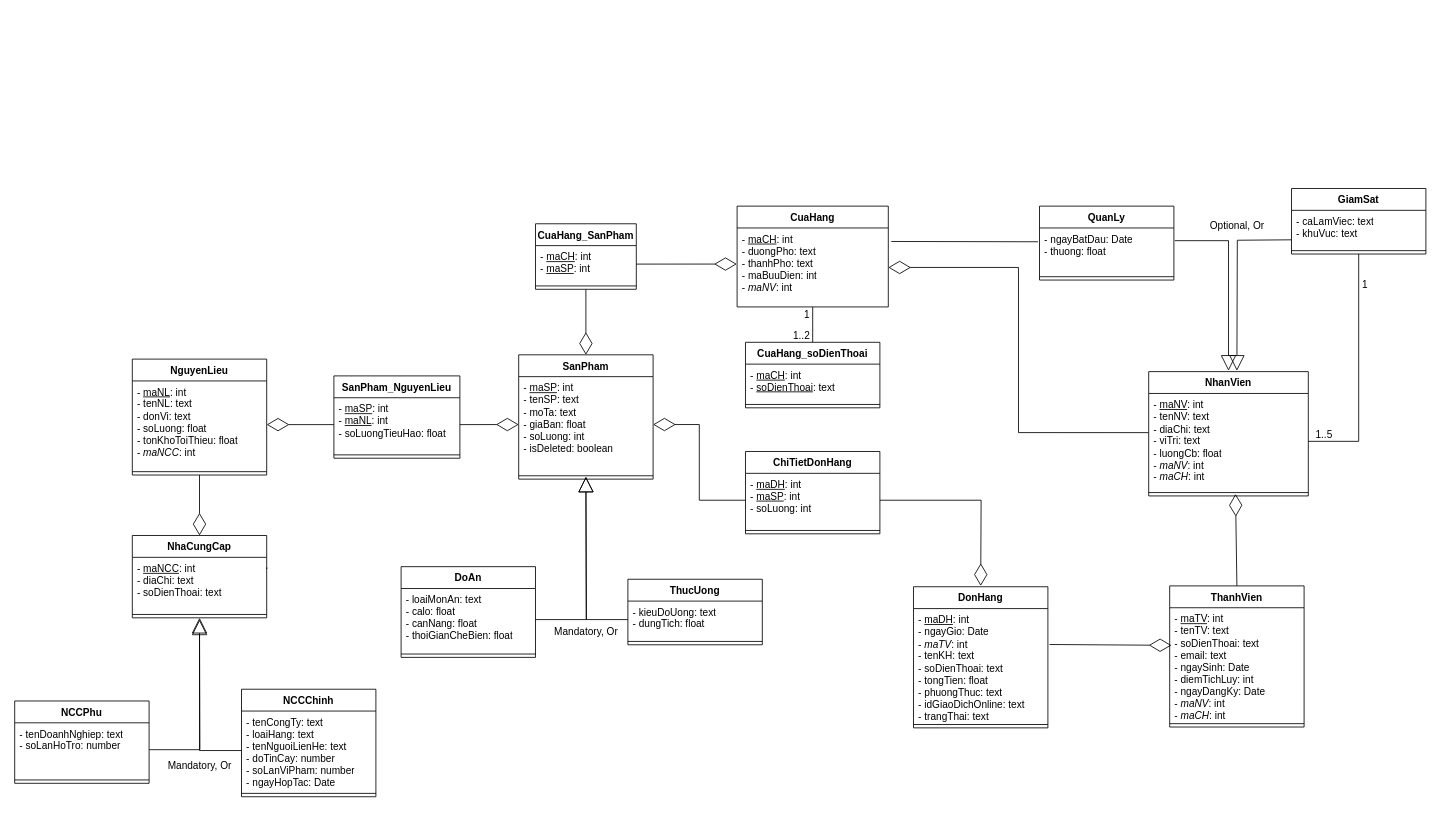
Above: coffeeShop.drawio in holedev/ths-csdl (draw.io), before the change. Source tidied: cells renumbered, new cells numbered last; positions are measured from the earlier drawing's top-left corner, leaving out a move shared by most shapes. Both pictures are drawn from the tidied source at 84%, with x=0, y=0 at pixel (14, 188).
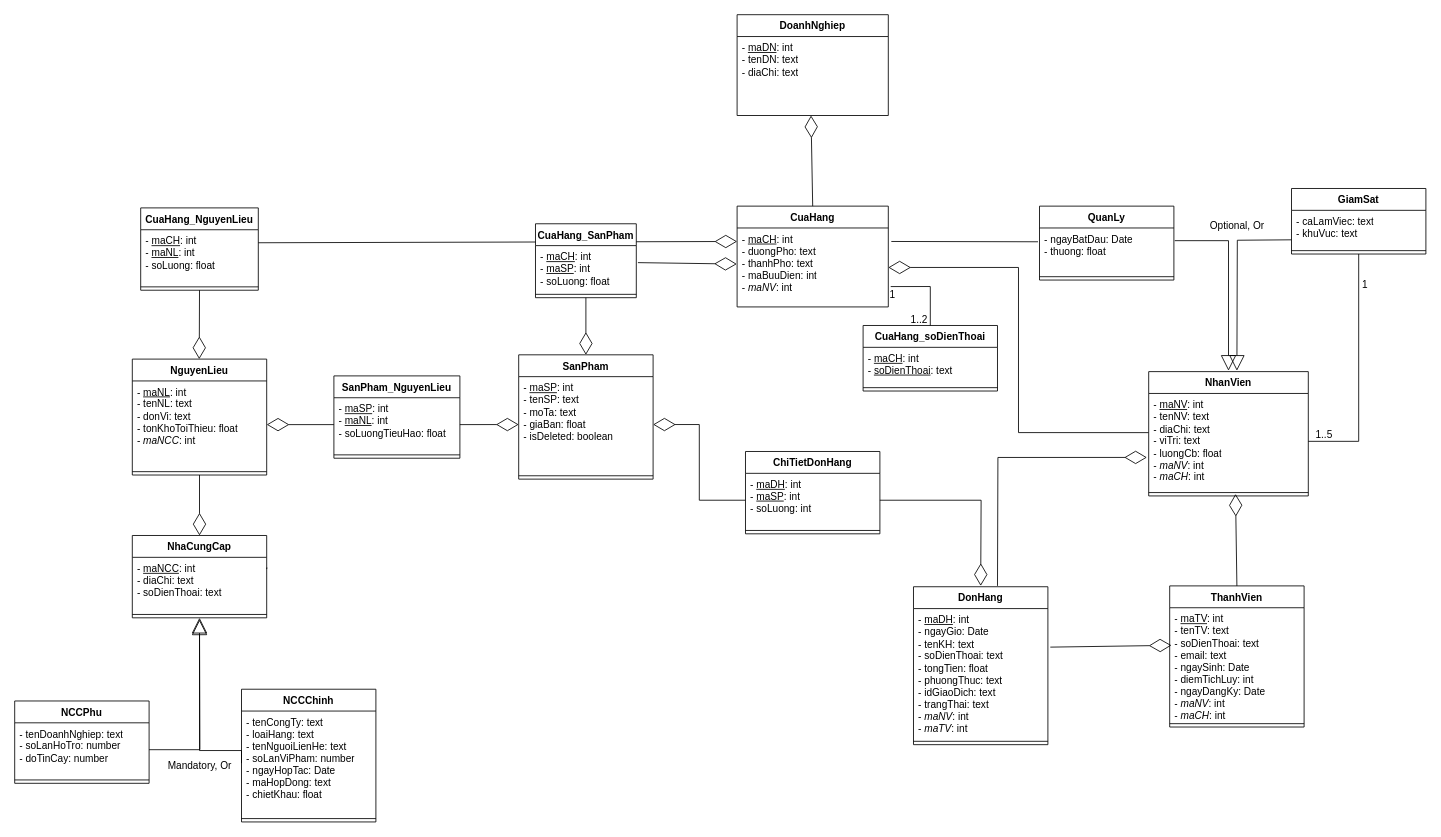
Above is the later version.

Unchanged cells that the change refers to:
```xml
<mxCell id="2" value="CuaHang" style="swimlane;fontStyle=1;align=center;verticalAlign=top;horizontal=1;startSize=26;whiteSpace=wrap;html=1;" parent="1" vertex="1">
  <mxGeometry x="860" y="20.9" width="180" height="120" as="geometry" />
</mxCell>
<mxCell id="3" value="- &lt;u&gt;maCH&lt;/u&gt;: int&amp;nbsp;&lt;div&gt;- duongPho: text&lt;/div&gt;&lt;div&gt;- thanhPho: text&lt;/div&gt;&lt;div&gt;- maBuuDien: int&lt;/div&gt;&lt;div&gt;- &lt;i&gt;maNV&lt;/i&gt;: int&lt;/div&gt;" style="text;strokeColor=none;fillColor=none;align=left;verticalAlign=top;spacingLeft=4;spacingRight=4;overflow=hidden;points=[[0,0.5],[1,0.5]];portConstraint=eastwest;whiteSpace=wrap;html=1;" parent="2" vertex="1">
  <mxGeometry y="26" width="180" height="94" as="geometry" />
</mxCell>
<mxCell id="5" value="- &lt;u&gt;maNV&lt;/u&gt;: int&lt;div&gt;- tenNV: text&lt;/div&gt;&lt;div&gt;- diaChi: text&lt;/div&gt;&lt;div&gt;- viTri: text&lt;/div&gt;&lt;div&gt;- luongCb: float&lt;/div&gt;&lt;div&gt;- &lt;i&gt;maNV&lt;/i&gt;: int&lt;/div&gt;&lt;div&gt;- &lt;i&gt;maCH&lt;/i&gt;: int&lt;/div&gt;" style="text;strokeColor=none;fillColor=none;align=left;verticalAlign=top;spacingLeft=4;spacingRight=4;overflow=hidden;points=[[0,0.5],[1,0.5]];portConstraint=eastwest;whiteSpace=wrap;html=1;" parent="4" vertex="1">
  <mxGeometry y="26" width="190" height="114" as="geometry" />
</mxCell>
<mxCell id="13" value="NguyenLieu" style="swimlane;fontStyle=1;align=center;verticalAlign=top;horizontal=1;startSize=26;whiteSpace=wrap;html=1;" parent="1" vertex="1">
  <mxGeometry x="140" y="203" width="160" height="138" as="geometry" />
</mxCell>
<mxCell id="16" value="SanPham" style="swimlane;fontStyle=1;align=center;verticalAlign=top;horizontal=1;startSize=26;whiteSpace=wrap;html=1;" parent="1" vertex="1">
  <mxGeometry x="600" y="197.9" width="160" height="148" as="geometry" />
</mxCell>
<mxCell id="25" value="NCCPhu" style="swimlane;fontStyle=1;align=center;verticalAlign=top;horizontal=1;startSize=26;whiteSpace=wrap;html=1;" parent="1" vertex="1">
  <mxGeometry y="610" width="160" height="98" as="geometry" />
</mxCell>
<mxCell id="29" value="- &lt;u&gt;maTV&lt;/u&gt;: int&lt;div&gt;- tenTV: text&lt;/div&gt;&lt;div&gt;- soDienThoai: text&lt;/div&gt;&lt;div&gt;- email: text&lt;/div&gt;&lt;div&gt;- ngaySinh: Date&lt;/div&gt;&lt;div&gt;- diemTichLuy: int&lt;/div&gt;&lt;div&gt;- ngayDangKy: Date&lt;/div&gt;&lt;div&gt;- &lt;i&gt;maNV&lt;/i&gt;: int&lt;/div&gt;&lt;div&gt;- &lt;i&gt;maCH&lt;/i&gt;: int&lt;/div&gt;" style="text;strokeColor=none;fillColor=none;align=left;verticalAlign=top;spacingLeft=4;spacingRight=4;overflow=hidden;points=[[0,0.5],[1,0.5]];portConstraint=eastwest;whiteSpace=wrap;html=1;" parent="28" vertex="1">
  <mxGeometry y="26" width="160" height="134" as="geometry" />
</mxCell>
```

Diff of the diagram source:
```diff
@@
-    <mxCell id="14" value="- &lt;u&gt;maNL&lt;/u&gt;: int&lt;div&gt;- tenNL: text&lt;/div&gt;&lt;div&gt;- donVi: text&lt;/div&gt;&lt;div&gt;- soLuong: float&lt;/div&gt;&lt;div&gt;- tonKhoToiThieu: float&lt;/div&gt;&lt;div&gt;- &lt;i&gt;maNCC&lt;/i&gt;: int&lt;/div&gt;" style="text;strokeColor=none;fillColor=none;align=left;verticalAlign=top;spacingLeft=4;spacingRight=4;overflow=hidden;points=[[0,0.5],[1,0.5]];portConstraint=eastwest;whiteSpace=wrap;html=1;" parent="13" vertex="1">
+    <mxCell id="14" value="- &lt;u&gt;maNL&lt;/u&gt;: int&lt;div&gt;- tenNL: text&lt;/div&gt;&lt;div&gt;- donVi: text&lt;/div&gt;&lt;div&gt;- tonKhoToiThieu: float&lt;/div&gt;&lt;div&gt;- &lt;i&gt;maNCC&lt;/i&gt;: int&lt;/div&gt;" style="text;strokeColor=none;fillColor=none;align=left;verticalAlign=top;spacingLeft=4;spacingRight=4;overflow=hidden;points=[[0,0.5],[1,0.5]];portConstraint=eastwest;whiteSpace=wrap;html=1;" parent="13" vertex="1">
       <mxGeometry y="26" width="160" height="104" as="geometry" />
     </mxCell>
@@
-    <mxCell id="17" value="- &lt;u&gt;maSP&lt;/u&gt;: int&lt;div&gt;- tenSP: text&lt;/div&gt;&lt;div&gt;- moTa: text&lt;/div&gt;&lt;div&gt;- giaBan: float&lt;/div&gt;&lt;div&gt;- soLuong: int&lt;/div&gt;&lt;div&gt;- isDeleted: boolean&lt;/div&gt;" style="text;strokeColor=none;fillColor=none;align=left;verticalAlign=top;spacingLeft=4;spacingRight=4;overflow=hidden;points=[[0,0.5],[1,0.5]];portConstraint=eastwest;whiteSpace=wrap;html=1;" parent="16" vertex="1">
+    <mxCell id="17" value="- &lt;u&gt;maSP&lt;/u&gt;: int&lt;div&gt;- tenSP: text&lt;/div&gt;&lt;div&gt;- moTa: text&lt;/div&gt;&lt;div&gt;- giaBan: float&lt;/div&gt;&lt;div&gt;- isDeleted: boolean&lt;/div&gt;" style="text;strokeColor=none;fillColor=none;align=left;verticalAlign=top;spacingLeft=4;spacingRight=4;overflow=hidden;points=[[0,0.5],[1,0.5]];portConstraint=eastwest;whiteSpace=wrap;html=1;" parent="16" vertex="1">
       <mxGeometry y="26" width="160" height="114" as="geometry" />
     </mxCell>
@@
     <mxCell id="19" value="NCCChinh" style="swimlane;fontStyle=1;align=center;verticalAlign=top;horizontal=1;startSize=26;whiteSpace=wrap;html=1;" parent="1" vertex="1">
-      <mxGeometry x="270" y="596" width="160" height="128" as="geometry" />
+      <mxGeometry x="270" y="596" width="160" height="158" as="geometry" />
     </mxCell>
-    <mxCell id="20" value="- tenCongTy: text&lt;div&gt;- loaiHang: text&lt;div&gt;- tenNguoiLienHe: text&lt;/div&gt;&lt;/div&gt;&lt;div&gt;- doTinCay: number&lt;/div&gt;&lt;div&gt;- soLanViPham: number&lt;/div&gt;&lt;div&gt;- ngayHopTac: Date&lt;/div&gt;" style="text;strokeColor=none;fillColor=none;align=left;verticalAlign=top;spacingLeft=4;spacingRight=4;overflow=hidden;points=[[0,0.5],[1,0.5]];portConstraint=eastwest;whiteSpace=wrap;html=1;" parent="19" vertex="1">
-      <mxGeometry y="26" width="160" height="94" as="geometry" />
+    <mxCell id="20" value="- tenCongTy: text&lt;div&gt;- loaiHang: text&lt;div&gt;- tenNguoiLienHe: text&lt;/div&gt;&lt;/div&gt;&lt;div&gt;- soLanViPham: number&lt;/div&gt;&lt;div&gt;- ngayHopTac: Date&lt;/div&gt;&lt;div&gt;- maHopDong: text&lt;/div&gt;&lt;div&gt;- chietKhau: float&lt;/div&gt;" style="text;strokeColor=none;fillColor=none;align=left;verticalAlign=top;spacingLeft=4;spacingRight=4;overflow=hidden;points=[[0,0.5],[1,0.5]];portConstraint=eastwest;whiteSpace=wrap;html=1;" parent="19" vertex="1">
+      <mxGeometry y="26" width="160" height="124" as="geometry" />
     </mxCell>
     <mxCell id="21" style="line;strokeWidth=1;fillColor=none;align=left;verticalAlign=middle;spacingTop=-1;spacingLeft=3;spacingRight=3;labelPosition=right;strokeColor=inherit;" parent="19" vertex="1">
-      <mxGeometry y="120" width="160" height="8" as="geometry" />
+      <mxGeometry y="150" width="160" height="8" as="geometry" />
     </mxCell>
@@
-    <mxCell id="26" value="- tenDoanhNghiep: text&lt;div&gt;- soLanHoTro: number&lt;/div&gt;&lt;div&gt;&lt;br&gt;&lt;/div&gt;" style="text;strokeColor=none;fillColor=none;align=left;verticalAlign=top;spacingLeft=4;spacingRight=4;overflow=hidden;points=[[0,0.5],[1,0.5]];portConstraint=eastwest;whiteSpace=wrap;html=1;" parent="25" vertex="1">
+    <mxCell id="26" value="- tenDoanhNghiep: text&lt;div&gt;- soLanHoTro: number&lt;/div&gt;&lt;div&gt;-&lt;span style=&quot;background-color: transparent; color: light-dark(rgb(0, 0, 0), rgb(255, 255, 255));&quot;&gt;&amp;nbsp;doTinCay: number&lt;/span&gt;&lt;/div&gt;" style="text;strokeColor=none;fillColor=none;align=left;verticalAlign=top;spacingLeft=4;spacingRight=4;overflow=hidden;points=[[0,0.5],[1,0.5]];portConstraint=eastwest;whiteSpace=wrap;html=1;" parent="25" vertex="1">
       <mxGeometry y="26" width="160" height="64" as="geometry" />
     </mxCell>
@@
     <mxCell id="31" value="DonHang" style="swimlane;fontStyle=1;align=center;verticalAlign=top;horizontal=1;startSize=26;whiteSpace=wrap;html=1;" parent="1" vertex="1">
-      <mxGeometry x="1070" y="474" width="160" height="168" as="geometry" />
+      <mxGeometry x="1070" y="474" width="160" height="188" as="geometry" />
     </mxCell>
-    <mxCell id="32" value="- &lt;u&gt;maDH&lt;/u&gt;: int&lt;div&gt;- ngayGio: Date&lt;/div&gt;&lt;div&gt;- &lt;i&gt;maTV&lt;/i&gt;: int&lt;/div&gt;&lt;div&gt;- tenKH: text&lt;/div&gt;&lt;div&gt;- soDienThoai: text&lt;/div&gt;&lt;div&gt;- tongTien: float&lt;/div&gt;&lt;div&gt;- phuongThuc: text&lt;/div&gt;&lt;div&gt;- idGiaoDichOnline: text&lt;/div&gt;&lt;div&gt;- trangThai: text&lt;/div&gt;" style="text;strokeColor=none;fillColor=none;align=left;verticalAlign=top;spacingLeft=4;spacingRight=4;overflow=hidden;points=[[0,0.5],[1,0.5]];portConstraint=eastwest;whiteSpace=wrap;html=1;" parent="31" vertex="1">
-      <mxGeometry y="26" width="160" height="134" as="geometry" />
+    <mxCell id="32" value="- &lt;u&gt;maDH&lt;/u&gt;: int&lt;div&gt;- ngayGio: Date&lt;/div&gt;&lt;div&gt;- tenKH: text&lt;/div&gt;&lt;div&gt;- soDienThoai: text&lt;/div&gt;&lt;div&gt;- tongTien: float&lt;/div&gt;&lt;div&gt;- phuongThuc: text&lt;/div&gt;&lt;div&gt;- idGiaoDich&lt;span style=&quot;background-color: transparent; color: light-dark(rgb(0, 0, 0), rgb(255, 255, 255));&quot;&gt;: text&lt;/span&gt;&lt;/div&gt;&lt;div&gt;- trangThai: text&lt;/div&gt;&lt;div&gt;- &lt;i&gt;maNV&lt;/i&gt;: int&lt;/div&gt;&lt;div&gt;-&amp;nbsp;&lt;i style=&quot;background-color: transparent; color: light-dark(rgb(0, 0, 0), rgb(255, 255, 255));&quot;&gt;maTV&lt;/i&gt;&lt;span style=&quot;background-color: transparent; color: light-dark(rgb(0, 0, 0), rgb(255, 255, 255));&quot;&gt;: int&lt;/span&gt;&lt;/div&gt;" style="text;strokeColor=none;fillColor=none;align=left;verticalAlign=top;spacingLeft=4;spacingRight=4;overflow=hidden;points=[[0,0.5],[1,0.5]];portConstraint=eastwest;whiteSpace=wrap;html=1;" parent="31" vertex="1">
+      <mxGeometry y="26" width="160" height="154" as="geometry" />
     </mxCell>
     <mxCell id="33" style="line;strokeWidth=1;fillColor=none;align=left;verticalAlign=middle;spacingTop=-1;spacingLeft=3;spacingRight=3;labelPosition=right;strokeColor=inherit;" parent="31" vertex="1">
-      <mxGeometry y="160" width="160" height="8" as="geometry" />
+      <mxGeometry y="180" width="160" height="8" as="geometry" />
     </mxCell>
@@
-    <mxCell id="43" value="CuaHang_SanPham" style="swimlane;fontStyle=1;align=center;verticalAlign=top;horizontal=1;startSize=26;whiteSpace=wrap;html=1;" parent="1" vertex="1">
-      <mxGeometry x="620" y="41.9" width="120" height="78" as="geometry" />
-    </mxCell>
-    <mxCell id="44" value="- &lt;u&gt;maCH&lt;/u&gt;: int&lt;div&gt;- &lt;u&gt;maSP&lt;/u&gt;: int&lt;/div&gt;" style="text;strokeColor=none;fillColor=none;align=left;verticalAlign=top;spacingLeft=4;spacingRight=4;overflow=hidden;points=[[0,0.5],[1,0.5]];portConstraint=eastwest;whiteSpace=wrap;html=1;" parent="43" vertex="1">
-      <mxGeometry y="26" width="120" height="44" as="geometry" />
-    </mxCell>
-    <mxCell id="45" style="line;strokeWidth=1;fillColor=none;align=left;verticalAlign=middle;spacingTop=-1;spacingLeft=3;spacingRight=3;labelPosition=right;strokeColor=inherit;" parent="43" vertex="1">
-      <mxGeometry y="70" width="120" height="8" as="geometry" />
-    </mxCell>
@@
     <mxCell id="48" value="CuaHang_soDienThoai" style="swimlane;fontStyle=1;align=center;verticalAlign=top;horizontal=1;startSize=26;whiteSpace=wrap;html=1;" parent="1" vertex="1">
-      <mxGeometry x="870" y="183" width="160" height="78" as="geometry" />
+      <mxGeometry x="1010" y="163" width="160" height="78" as="geometry" />
     </mxCell>
@@
-    <mxCell id="51" style="endArrow=none;html=1;rounded=0;entryX=0.5;entryY=0;entryDx=0;entryDy=0;exitX=0.5;exitY=1;exitDx=0;exitDy=0;" parent="1" edge="1" source="2" target="48">
+    <mxCell id="51" style="endArrow=none;html=1;rounded=0;entryX=0.5;entryY=0;entryDx=0;entryDy=0;exitX=1.016;exitY=0.742;exitDx=0;exitDy=0;exitPerimeter=0;edgeStyle=orthogonalEdgeStyle;" parent="1" edge="1" source="3" target="48">
       <mxGeometry relative="1" as="geometry" />
     </mxCell>
     <mxCell id="52" value="1" style="html=1;whiteSpace=wrap;align=left;verticalAlign=bottom;" parent="51" vertex="1">
       <mxGeometry x="-1" relative="1" as="geometry">
-        <mxPoint x="-12" y="18" as="offset" />
+        <mxPoint x="-3" y="18" as="offset" />
       </mxGeometry>
     </mxCell>
@@
-    <mxCell id="55" style="endArrow=diamondThin;endFill=0;endSize=24;html=1;rounded=0;exitX=1;exitY=0.5;exitDx=0;exitDy=0;entryX=-0.002;entryY=0.457;entryDx=0;entryDy=0;entryPerimeter=0;" parent="1" edge="1" source="44" target="3">
+    <mxCell id="55" style="endArrow=diamondThin;endFill=0;endSize=24;html=1;rounded=0;exitX=1.016;exitY=0.375;exitDx=0;exitDy=0;entryX=-0.002;entryY=0.457;entryDx=0;entryDy=0;entryPerimeter=0;exitPerimeter=0;" parent="1" edge="1" source="44" target="3">
       <mxGeometry relative="1" as="geometry" />
     </mxCell>
@@
-    <mxCell id="59" style="endArrow=diamondThin;endFill=0;endSize=24;html=1;rounded=0;exitX=1.012;exitY=0.319;exitDx=0;exitDy=0;exitPerimeter=0;entryX=0.013;entryY=0.334;entryDx=0;entryDy=0;entryPerimeter=0;" parent="1" edge="1" source="32" target="29">
+    <mxCell id="59" style="endArrow=diamondThin;endFill=0;endSize=24;html=1;rounded=0;exitX=1.018;exitY=0.298;exitDx=0;exitDy=0;exitPerimeter=0;entryX=0.013;entryY=0.334;entryDx=0;entryDy=0;entryPerimeter=0;" parent="1" edge="1" source="32" target="29">
       <mxGeometry relative="1" as="geometry" />
     </mxCell>
@@
-    <mxCell id="70" value="ThucUong" style="swimlane;fontStyle=1;align=center;verticalAlign=top;horizontal=1;startSize=26;whiteSpace=wrap;html=1;" parent="1" vertex="1">
-      <mxGeometry x="730" y="465.1" width="160" height="78" as="geometry" />
-    </mxCell>
-    <mxCell id="71" value="- kieuDoUong: text&lt;div&gt;- dungTich: float&lt;/div&gt;" style="text;strokeColor=none;fillColor=none;align=left;verticalAlign=top;spacingLeft=4;spacingRight=4;overflow=hidden;points=[[0,0.5],[1,0.5]];portConstraint=eastwest;whiteSpace=wrap;html=1;" parent="70" vertex="1">
-      <mxGeometry y="26" width="160" height="44" as="geometry" />
-    </mxCell>
-    <mxCell id="72" style="line;strokeWidth=1;fillColor=none;align=left;verticalAlign=middle;spacingTop=-1;spacingLeft=3;spacingRight=3;labelPosition=right;strokeColor=inherit;" parent="70" vertex="1">
-      <mxGeometry y="70" width="160" height="8" as="geometry" />
-    </mxCell>
-    <mxCell id="73" value="DoAn" style="swimlane;fontStyle=1;align=center;verticalAlign=top;horizontal=1;startSize=26;whiteSpace=wrap;html=1;" parent="1" vertex="1">
-      <mxGeometry x="460" y="450.1" width="160" height="108" as="geometry" />
-    </mxCell>
-    <mxCell id="74" value="- loaiMonAn: text&lt;div&gt;- calo: float&lt;/div&gt;&lt;div&gt;- canNang: float&lt;/div&gt;&lt;div&gt;- thoiGianCheBien: float&lt;/div&gt;" style="text;strokeColor=none;fillColor=none;align=left;verticalAlign=top;spacingLeft=4;spacingRight=4;overflow=hidden;points=[[0,0.5],[1,0.5]];portConstraint=eastwest;whiteSpace=wrap;html=1;" parent="73" vertex="1">
-      <mxGeometry y="26" width="160" height="74" as="geometry" />
-    </mxCell>
-    <mxCell id="75" style="line;strokeWidth=1;fillColor=none;align=left;verticalAlign=middle;spacingTop=-1;spacingLeft=3;spacingRight=3;labelPosition=right;strokeColor=inherit;" parent="73" vertex="1">
-      <mxGeometry y="100" width="160" height="8" as="geometry" />
-    </mxCell>
-    <mxCell id="76" value="Mandatory, Or" style="text;html=1;align=center;verticalAlign=middle;strokeColor=none;fillColor=none;" parent="1" vertex="1">
-      <mxGeometry x="630" y="513" width="100" height="30" as="geometry" />
-    </mxCell>
-    <mxCell id="77" style="endArrow=block;endSize=16;endFill=0;html=1;rounded=0;edgeStyle=orthogonalEdgeStyle;exitX=0;exitY=0.5;exitDx=0;exitDy=0;" parent="1" edge="1" source="71">
-      <mxGeometry x="0.12" y="35" relative="1" as="geometry">
-        <mxPoint x="680" y="343" as="targetPoint" />
-      </mxGeometry>
-    </mxCell>
-    <mxCell id="78" style="endArrow=block;endSize=16;endFill=0;html=1;rounded=0;edgeStyle=orthogonalEdgeStyle;exitX=1;exitY=0.5;exitDx=0;exitDy=0;" parent="1" edge="1" source="74">
-      <mxGeometry x="0.12" y="35" relative="1" as="geometry">
-        <mxPoint x="680" y="343" as="targetPoint" />
-      </mxGeometry>
-    </mxCell>
+    <mxCell id="79" value="DoanhNghiep" style="swimlane;fontStyle=1;align=center;verticalAlign=top;horizontal=1;startSize=26;whiteSpace=wrap;html=1;" parent="1" vertex="1">
+      <mxGeometry x="860" y="-207" width="180" height="120" as="geometry" />
+    </mxCell>
+    <mxCell id="80" value="- &lt;u&gt;maDN&lt;/u&gt;: int&amp;nbsp;&lt;div&gt;- tenDN: text&lt;/div&gt;&lt;div&gt;- diaChi: text&lt;/div&gt;" style="text;strokeColor=none;fillColor=none;align=left;verticalAlign=top;spacingLeft=4;spacingRight=4;overflow=hidden;whiteSpace=wrap;html=1;" parent="79" vertex="1">
+      <mxGeometry y="26" width="180" height="94" as="geometry" />
+    </mxCell>
+    <mxCell id="81" style="endArrow=diamondThin;endFill=0;endSize=24;html=1;rounded=0;exitX=0.5;exitY=0;exitDx=0;exitDy=0;" parent="1" edge="1" source="2">
+      <mxGeometry relative="1" as="geometry">
+        <mxPoint x="948" y="-87" as="targetPoint" />
+      </mxGeometry>
+    </mxCell>
+    <mxCell id="82" value="CuaHang_NguyenLieu" style="swimlane;fontStyle=1;align=center;verticalAlign=top;horizontal=1;startSize=26;whiteSpace=wrap;html=1;" parent="1" vertex="1">
+      <mxGeometry x="150" y="23" width="140" height="98" as="geometry" />
+    </mxCell>
+    <mxCell id="83" value="- &lt;u&gt;maCH&lt;/u&gt;: int&lt;div&gt;- &lt;u&gt;maNL&lt;/u&gt;: int&lt;/div&gt;&lt;div&gt;- soLuong: float&lt;/div&gt;" style="text;strokeColor=none;fillColor=none;align=left;verticalAlign=top;spacingLeft=4;spacingRight=4;overflow=hidden;whiteSpace=wrap;html=1;" parent="82" vertex="1">
+      <mxGeometry y="26" width="140" height="64" as="geometry" />
+    </mxCell>
+    <mxCell id="84" style="line;strokeWidth=1;fillColor=none;align=left;verticalAlign=middle;spacingTop=-1;spacingLeft=3;spacingRight=3;labelPosition=right;strokeColor=inherit;" parent="82" vertex="1">
+      <mxGeometry y="90" width="140" height="8" as="geometry" />
+    </mxCell>
+    <mxCell id="85" style="endArrow=diamondThin;endFill=0;endSize=24;html=1;rounded=0;exitX=0.5;exitY=1;exitDx=0;exitDy=0;entryX=0.5;entryY=0;entryDx=0;entryDy=0;" parent="1" edge="1" source="82">
+      <mxGeometry relative="1" as="geometry">
+        <mxPoint x="219.7" y="203" as="targetPoint" />
+      </mxGeometry>
+    </mxCell>
+    <mxCell id="86" style="endArrow=diamondThin;endFill=0;endSize=24;html=1;rounded=0;entryX=0;entryY=0.171;entryDx=0;entryDy=0;entryPerimeter=0;" parent="1" edge="1" target="3">
+      <mxGeometry relative="1" as="geometry">
+        <mxPoint x="290" y="64.5" as="sourcePoint" />
+      </mxGeometry>
+    </mxCell>
+    <mxCell id="43" value="CuaHang_SanPham" style="swimlane;fontStyle=1;align=center;verticalAlign=top;horizontal=1;startSize=26;whiteSpace=wrap;html=1;" parent="1" vertex="1">
+      <mxGeometry x="620" y="41.9" width="120" height="88" as="geometry" />
+    </mxCell>
+    <mxCell id="44" value="- &lt;u&gt;maCH&lt;/u&gt;: int&lt;div&gt;- &lt;u&gt;maSP&lt;/u&gt;: int&lt;/div&gt;&lt;div&gt;- soLuong: float&lt;/div&gt;&lt;div&gt;&lt;br&gt;&lt;/div&gt;" style="text;strokeColor=none;fillColor=none;align=left;verticalAlign=top;spacingLeft=4;spacingRight=4;overflow=hidden;points=[[0,0.5],[1,0.5]];portConstraint=eastwest;whiteSpace=wrap;html=1;" parent="43" vertex="1">
+      <mxGeometry y="26" width="120" height="54" as="geometry" />
+    </mxCell>
+    <mxCell id="45" style="line;strokeWidth=1;fillColor=none;align=left;verticalAlign=middle;spacingTop=-1;spacingLeft=3;spacingRight=3;labelPosition=right;strokeColor=inherit;" parent="43" vertex="1">
+      <mxGeometry y="80" width="120" height="8" as="geometry" />
+    </mxCell>
+    <mxCell id="87" style="endArrow=diamondThin;endFill=0;endSize=24;html=1;rounded=0;entryX=-0.011;entryY=0.668;entryDx=0;entryDy=0;entryPerimeter=0;edgeStyle=orthogonalEdgeStyle;" parent="1" edge="1" target="5">
+      <mxGeometry relative="1" as="geometry">
+        <mxPoint x="1170" y="473" as="sourcePoint" />
+      </mxGeometry>
+    </mxCell>
```
